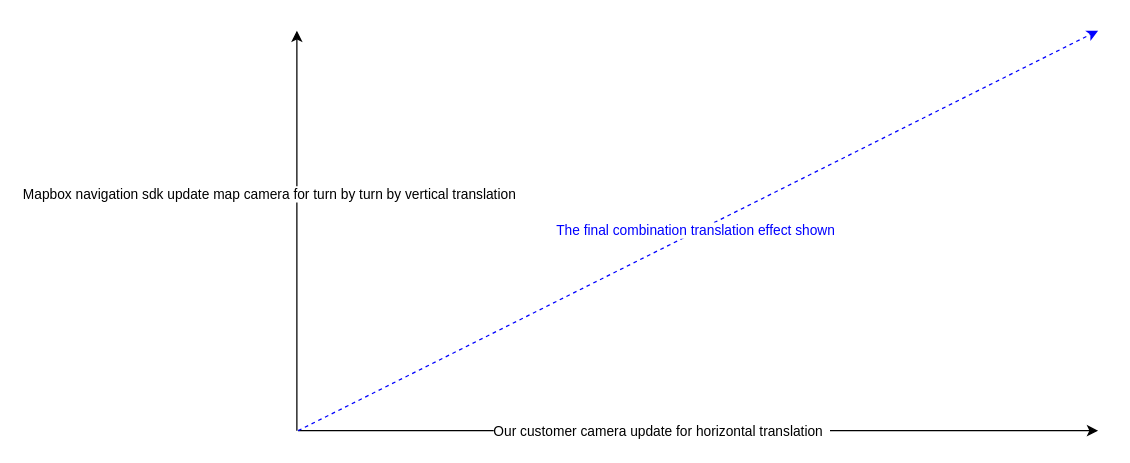
Earlier version of the draw.io diagram navigation combination camera.drawio (peytonwupeixin/Draw-IO-Store). Source tidied: cells renumbered, new cells numbered last; positions are measured from the earlier drawing's top-left corner, leaving out a move shared by most shapes. Both pictures are drawn from the tidied source at 125%, with x=0, y=0 at pixel (296, 30).
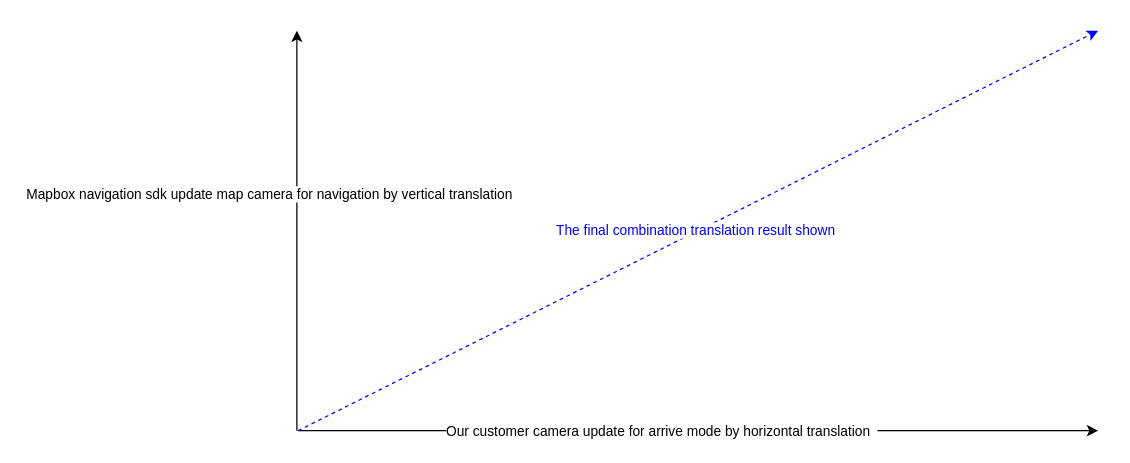
The same diagram, later.

The edit, as a diff of the source:
```diff
@@
 <mxGraphModel>
   <root>
     <mxCell id="0" />
     <mxCell id="1" parent="0" />
     <mxCell id="2" style="endArrow=classic;html=1;" parent="1" edge="1">
       <mxGeometry relative="1" as="geometry">
         <mxPoint x="1" y="320" as="sourcePoint" />
         <mxPoint x="641" y="320" as="targetPoint" />
       </mxGeometry>
     </mxCell>
-    <mxCell id="3" value="Our customer camera update for horizontal translation &amp;nbsp;" style="edgeLabel;html=1;align=center;verticalAlign=middle;" parent="2" vertex="1">
+    <mxCell id="3" value="Our customer camera update for arrive mode by horizontal translation &amp;nbsp;" style="edgeLabel;html=1;align=center;verticalAlign=middle;" parent="2" vertex="1">
       <mxGeometry x="-0.11" y="-3" relative="1" as="geometry">
         <mxPoint x="5" y="-3" as="offset" />
       </mxGeometry>
     </mxCell>
     <mxCell id="4" style="endArrow=classic;html=1;" parent="1" edge="1">
       <mxGeometry relative="1" as="geometry">
         <mxPoint y="320" as="sourcePoint" />
         <mxPoint as="targetPoint" />
       </mxGeometry>
     </mxCell>
-    <mxCell id="5" value="Mapbox navigation sdk update map camera for turn by turn by vertical translation &amp;nbsp;" style="edgeLabel;html=1;align=center;verticalAlign=middle;" parent="4" vertex="1">
+    <mxCell id="5" value="Mapbox navigation sdk update map camera for navigation by vertical translation &amp;nbsp;" style="edgeLabel;html=1;align=center;verticalAlign=middle;" parent="4" vertex="1">
       <mxGeometry relative="1" as="geometry">
         <mxPoint x="-20" y="-30" as="offset" />
       </mxGeometry>
     </mxCell>
     <mxCell id="6" style="endArrow=classic;html=1;dashed=1;strokeColor=#0000FF;" parent="1" edge="1">
       <mxGeometry relative="1" as="geometry">
         <mxPoint x="1" y="320" as="sourcePoint" />
         <mxPoint x="641" as="targetPoint" />
       </mxGeometry>
     </mxCell>
-    <mxCell id="7" value="The final&amp;nbsp;combination translation effect shown&amp;nbsp;&amp;nbsp;" style="edgeLabel;html=1;align=center;verticalAlign=middle;fontColor=#0000FF;" parent="6" vertex="1">
+    <mxCell id="7" value="The final&amp;nbsp;combination translation result shown&amp;nbsp;&amp;nbsp;" style="edgeLabel;html=1;align=center;verticalAlign=middle;fontColor=#0000FF;" parent="6" vertex="1">
       <mxGeometry relative="1" as="geometry" />
     </mxCell>
   </root>
 </mxGraphModel>
```
